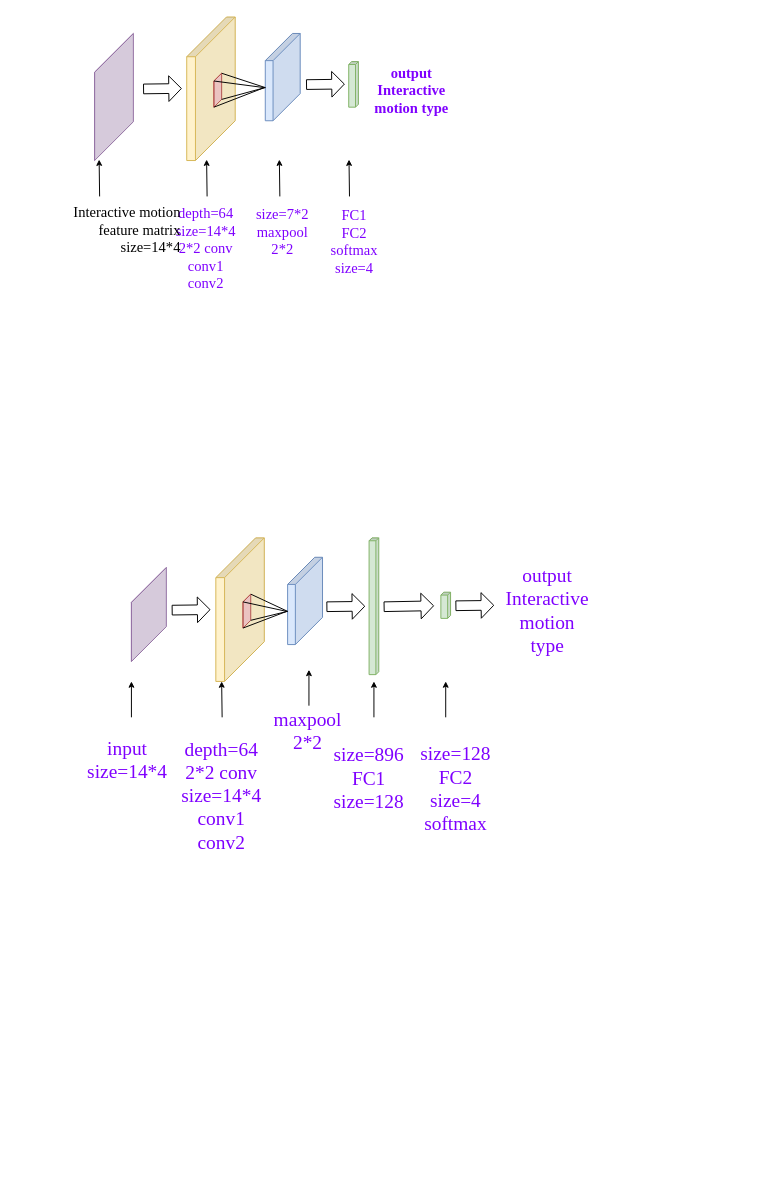
Above: Interactive.drawio in ByronGe/ff (draw.io), before the change. Source tidied: cells renumbered, new cells numbered last; positions are measured from the earlier drawing's top-left corner, leaving out a move shared by most shapes. Both pictures are drawn from the tidied source at 97%, with x=0, y=0 at pixel (16, 16).
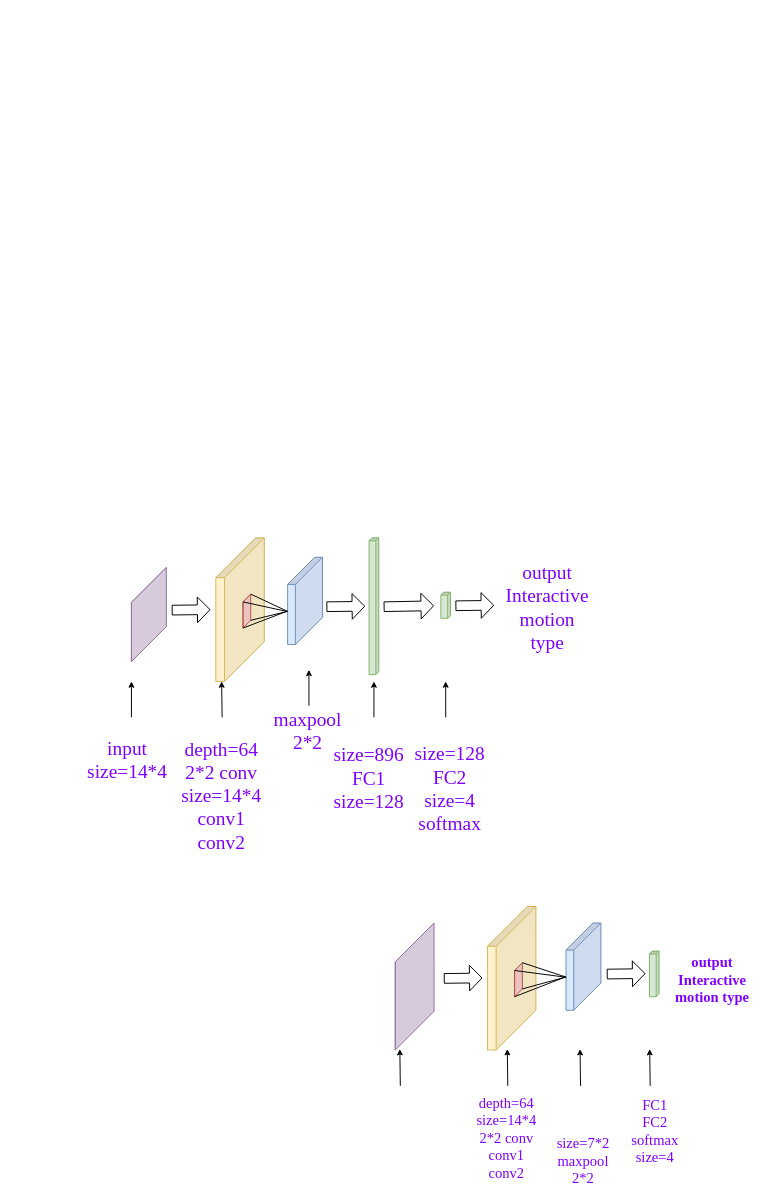
The same page after the edit.

Change to the diagram source:
```diff
@@
     <mxCell id="2" style="shape=cube;whiteSpace=wrap;html=1;boundedLbl=1;backgroundOutline=1;darkOpacity=0.05;darkOpacity2=0.1;fillColor=#dae8fc;strokeColor=#6c8ebf;size=28;direction=south;fontSize=15;fontStyle=0;" parent="1" vertex="1">
-      <mxGeometry x="256" y="17" width="36" height="90" as="geometry" />
+      <mxGeometry x="566" y="934" width="36" height="90" as="geometry" />
     </mxCell>
     <mxCell id="3" style="shape=cube;whiteSpace=wrap;html=1;boundedLbl=1;backgroundOutline=1;darkOpacity=0.05;darkOpacity2=0.1;fillColor=#fff2cc;strokeColor=#d6b656;size=41;direction=south;fontSize=15;fontStyle=0;" parent="1" vertex="1">
-      <mxGeometry x="175" width="50" height="148" as="geometry" />
+      <mxGeometry x="485" y="917" width="50" height="148" as="geometry" />
     </mxCell>
     <mxCell id="4" style="shape=cube;whiteSpace=wrap;html=1;boundedLbl=1;backgroundOutline=1;darkOpacity=0.05;darkOpacity2=0.1;fillColor=#d5e8d4;strokeColor=#82b366;size=3;direction=south;fontSize=15;fontStyle=0;" parent="1" vertex="1">
-      <mxGeometry x="342" y="46" width="10" height="47" as="geometry" />
+      <mxGeometry x="652" y="963" width="10" height="47" as="geometry" />
     </mxCell>
     <mxCell id="5" style="shape=cube;whiteSpace=wrap;html=1;boundedLbl=1;backgroundOutline=1;darkOpacity=0.05;darkOpacity2=0.1;fillColor=#f8cecc;strokeColor=#b85450;size=9;direction=south;fontSize=15;fontStyle=0;" parent="1" vertex="1">
-      <mxGeometry x="203" y="58" width="8" height="35" as="geometry" />
+      <mxGeometry x="513" y="975" width="8" height="35" as="geometry" />
     </mxCell>
@@
     <mxCell id="10" value="&lt;font color=&quot;#7f00ff&quot; style=&quot;font-size: 15px&quot;&gt;&lt;span style=&quot;font-size: 15px&quot;&gt;depth=64&lt;br&gt;&lt;/span&gt;&lt;/font&gt;&lt;span style=&quot;color: rgb(127 , 0 , 255)&quot;&gt;size=14*4&lt;/span&gt;&lt;font color=&quot;#7f00ff&quot; style=&quot;font-size: 15px&quot;&gt;&lt;span style=&quot;font-size: 15px&quot;&gt;&lt;br style=&quot;font-size: 15px&quot;&gt;2*2 conv&lt;br style=&quot;font-size: 15px&quot;&gt;conv1&lt;br style=&quot;font-size: 15px&quot;&gt;conv2&lt;/span&gt;&lt;/font&gt;" style="text;html=1;strokeColor=none;fillColor=none;align=center;verticalAlign=middle;whiteSpace=wrap;rounded=0;fontFamily=Times New Roman;fontSize=15;fontStyle=0;" parent="1" vertex="1">
-      <mxGeometry x="160" y="194" width="70" height="88" as="geometry" />
+      <mxGeometry x="470" y="1111" width="70" height="88" as="geometry" />
     </mxCell>
     <mxCell id="11" value="&lt;font color=&quot;#7f00ff&quot; style=&quot;font-size: 15px;&quot;&gt;&lt;span style=&quot;font-size: 15px;&quot;&gt;size=7*2&lt;br style=&quot;font-size: 15px;&quot;&gt;maxpool&lt;br style=&quot;font-size: 15px;&quot;&gt;2*2&lt;br style=&quot;font-size: 15px;&quot;&gt;&lt;/span&gt;&lt;/font&gt;" style="text;html=1;strokeColor=none;fillColor=none;align=center;verticalAlign=middle;whiteSpace=wrap;rounded=0;fontFamily=Times New Roman;fontSize=15;fontStyle=0;" parent="1" vertex="1">
-      <mxGeometry x="241" y="194" width="66" height="53" as="geometry" />
+      <mxGeometry x="551" y="1164" width="66" height="30" as="geometry" />
     </mxCell>
     <mxCell id="12" style="shape=cube;whiteSpace=wrap;html=1;boundedLbl=1;backgroundOutline=1;darkOpacity=0.05;darkOpacity2=0.1;fillColor=#e1d5e7;strokeColor=#9673a6;size=41;direction=south;fontSize=15;rotation=0;fontStyle=0;" parent="1" vertex="1">
-      <mxGeometry x="80" y="17" width="40" height="131" as="geometry" />
+      <mxGeometry x="390" y="934" width="40" height="131" as="geometry" />
     </mxCell>
-    <mxCell id="13" value="Interactive motion&lt;br&gt;feature matrix&lt;br&gt;size=14*4&lt;br&gt;" style="text;strokeColor=none;fillColor=none;align=right;verticalAlign=middle;rounded=0;fontFamily=Times New Roman;fontSize=15;fontStyle=0;html=1;" parent="1" vertex="1">
-      <mxGeometry y="192" width="170" height="53" as="geometry" />
-    </mxCell>
     <mxCell id="14" style="endArrow=classic;html=1;endSize=4;fontSize=15;fontStyle=0;" parent="1" edge="1">
       <mxGeometry relative="1" as="geometry">
-        <mxPoint x="196" y="185" as="sourcePoint" />
-        <mxPoint x="195.5" y="147" as="targetPoint" />
+        <mxPoint x="506" y="1102" as="sourcePoint" />
+        <mxPoint x="505.5" y="1064" as="targetPoint" />
       </mxGeometry>
     </mxCell>
     <mxCell id="15" style="endArrow=classic;html=1;endSize=4;fontSize=15;fontStyle=0;" parent="1" edge="1">
       <mxGeometry relative="1" as="geometry">
-        <mxPoint x="271" y="185" as="sourcePoint" />
-        <mxPoint x="270.5" y="147" as="targetPoint" />
+        <mxPoint x="581" y="1102" as="sourcePoint" />
+        <mxPoint x="580.5" y="1064" as="targetPoint" />
       </mxGeometry>
     </mxCell>
     <mxCell id="16" style="endArrow=classic;html=1;endSize=4;fontSize=15;fontStyle=0;" parent="1" edge="1">
       <mxGeometry relative="1" as="geometry">
-        <mxPoint x="85.2" y="185" as="sourcePoint" />
-        <mxPoint x="84.7" y="147" as="targetPoint" />
+        <mxPoint x="395.2" y="1102" as="sourcePoint" />
+        <mxPoint x="394.7" y="1064" as="targetPoint" />
       </mxGeometry>
     </mxCell>
     <mxCell id="17" style="shape=flexArrow;endArrow=classic;html=1;endWidth=15.428571428571429;endSize=4;startWidth=15.428571428571429;startSize=6.668571428571428;width=10;entryX=0;entryY=0;entryDx=64.5;entryDy=10;entryPerimeter=0;fontSize=15;fontStyle=0;" parent="1" edge="1">
       <mxGeometry relative="1" as="geometry">
-        <mxPoint x="130" y="74.2" as="sourcePoint" />
-        <mxPoint x="170" y="73.7" as="targetPoint" />
+        <mxPoint x="440" y="991.2" as="sourcePoint" />
+        <mxPoint x="480" y="990.7" as="targetPoint" />
       </mxGeometry>
     </mxCell>
     <mxCell id="18" value="&lt;span style=&quot;font-size: 15px&quot;&gt;&lt;font color=&quot;#7f00ff&quot; face=&quot;Times New Roman&quot; style=&quot;font-size: 15px&quot;&gt;FC1&lt;br style=&quot;font-size: 15px&quot;&gt;FC2&lt;br style=&quot;font-size: 15px&quot;&gt;softmax&lt;br&gt;&lt;/font&gt;&lt;/span&gt;&lt;span style=&quot;color: rgb(127 , 0 , 255) ; font-family: &amp;#34;times new roman&amp;#34;&quot;&gt;size=4&lt;/span&gt;&lt;span style=&quot;font-size: 15px&quot;&gt;&lt;font color=&quot;#7f00ff&quot; face=&quot;Times New Roman&quot; style=&quot;font-size: 15px&quot;&gt;&lt;br&gt;&lt;/font&gt;&lt;/span&gt;" style="text;html=1;strokeColor=none;fillColor=none;align=center;verticalAlign=middle;whiteSpace=wrap;rounded=0;fontSize=15;fontStyle=0;" parent="1" vertex="1">
-      <mxGeometry x="315.5" y="194" width="63.5" height="73" as="geometry" />
+      <mxGeometry x="625.5" y="1111" width="63.5" height="73" as="geometry" />
     </mxCell>
     <mxCell id="19" value="&lt;font color=&quot;#7f00ff&quot; face=&quot;Times New Roman&quot; style=&quot;font-size: 15px;&quot;&gt;&lt;span style=&quot;font-size: 15px;&quot;&gt;&lt;b style=&quot;font-size: 15px;&quot;&gt;output&lt;br style=&quot;font-size: 15px;&quot;&gt;Interactive motion type&lt;/b&gt;&lt;/span&gt;&lt;/font&gt;" style="text;html=1;strokeColor=none;fillColor=none;align=center;verticalAlign=middle;whiteSpace=wrap;rounded=0;fontSize=15;fontStyle=0;" parent="1" vertex="1">
-      <mxGeometry x="362" y="46" width="90" height="57.5" as="geometry" />
+      <mxGeometry x="672" y="963" width="90" height="57.5" as="geometry" />
     </mxCell>
@@
     <mxCell id="41" value="&lt;span style=&quot;font-size: 20px;&quot;&gt;&lt;font color=&quot;#7f00ff&quot; face=&quot;Times New Roman&quot; style=&quot;font-size: 20px;&quot;&gt;size=128&lt;br style=&quot;font-size: 20px;&quot;&gt;FC2&lt;br style=&quot;font-size: 20px;&quot;&gt;size=4&lt;br style=&quot;font-size: 20px;&quot;&gt;softmax&lt;/font&gt;&lt;/span&gt;" style="text;html=1;strokeColor=none;fillColor=none;align=center;verticalAlign=middle;whiteSpace=wrap;rounded=0;fontSize=20;fontStyle=0;" parent="1" vertex="1">
-      <mxGeometry x="420" y="747" width="65" height="95.5" as="geometry" />
+      <mxGeometry x="414" y="747" width="65" height="95.5" as="geometry" />
     </mxCell>
@@
     <mxCell id="44" value="&lt;font color=&quot;#7f00ff&quot; face=&quot;Times New Roman&quot; style=&quot;font-size: 20px;&quot;&gt;&lt;span style=&quot;font-size: 20px;&quot;&gt;output&lt;br style=&quot;font-size: 20px;&quot;&gt;Interactive motion type&lt;/span&gt;&lt;/font&gt;&lt;br style=&quot;font-size: 20px;&quot;&gt;" style="text;html=1;strokeColor=none;fillColor=none;align=center;verticalAlign=middle;whiteSpace=wrap;rounded=0;fontSize=20;fontStyle=0;" parent="1" vertex="1">
-      <mxGeometry x="502" y="601" width="90" height="20" as="geometry" />
+      <mxGeometry x="502" y="559" width="90" height="97" as="geometry" />
     </mxCell>
     <mxCell id="45" style="endArrow=classic;html=1;endSize=4;fontSize=15;fontStyle=0;" parent="1" edge="1">
       <mxGeometry relative="1" as="geometry">
-        <mxPoint x="342.8" y="185" as="sourcePoint" />
-        <mxPoint x="342.3" y="147" as="targetPoint" />
+        <mxPoint x="652.8" y="1102" as="sourcePoint" />
+        <mxPoint x="652.3" y="1064" as="targetPoint" />
       </mxGeometry>
     </mxCell>
     <mxCell id="46" style="shape=flexArrow;endArrow=classic;html=1;endWidth=15.428571428571429;endSize=4;startWidth=15.428571428571429;startSize=6.668571428571428;width=10;entryX=0;entryY=0;entryDx=64.5;entryDy=10;entryPerimeter=0;fontSize=15;fontStyle=0;" parent="1" edge="1">
       <mxGeometry relative="1" as="geometry">
-        <mxPoint x="298" y="69.7" as="sourcePoint" />
-        <mxPoint x="338" y="69.2" as="targetPoint" />
+        <mxPoint x="608" y="986.7" as="sourcePoint" />
+        <mxPoint x="648" y="986.2" as="targetPoint" />
       </mxGeometry>
     </mxCell>
```
